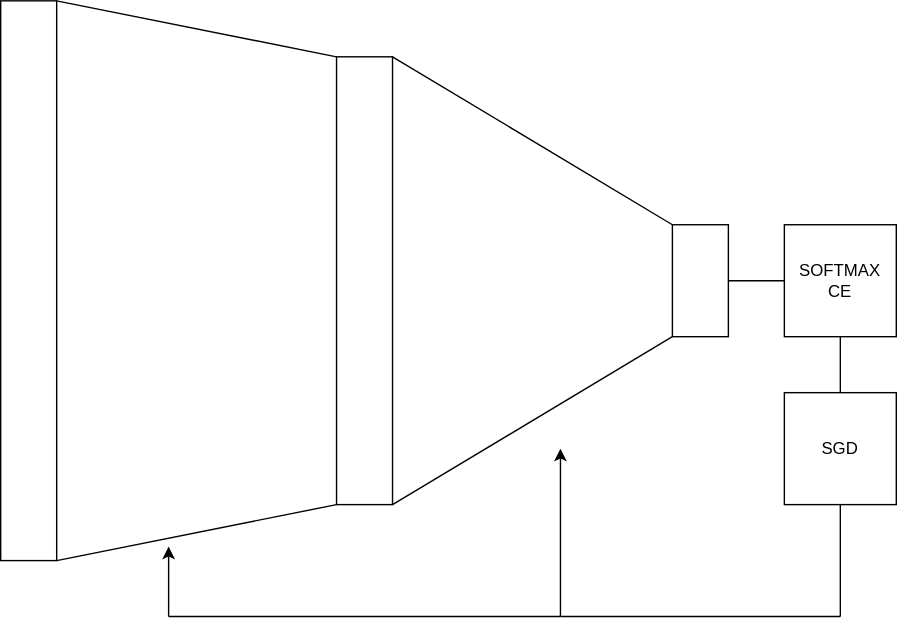
Above: lectures/optimization/batch-normalization/images/control-system-training.drawio.svg in pantelis/aiml-common (draw.io), before the change. Source tidied: cells renumbered, new cells last; positions are measured from the earlier drawing's top-left corner, leaving out a move shared by most shapes. Its diagram source:
```xml
<mxGraphModel>
  <root>
    <mxCell id="0" />
    <mxCell id="1" parent="0" />
    <mxCell id="2" style="rounded=0;jettySize=auto;html=1;exitX=1;exitY=0;exitDx=0;exitDy=0;entryX=0;entryY=0;entryDx=0;entryDy=0;strokeColor=none;endArrow=none;endFill=0;" parent="1" edge="1" source="3" target="4">
      <mxGeometry relative="1" as="geometry" />
    </mxCell>
    <mxCell id="3" style="rounded=0;whiteSpace=wrap;html=1;" parent="1" vertex="1">
      <mxGeometry width="40" height="400" as="geometry" />
    </mxCell>
    <mxCell id="4" style="rounded=0;whiteSpace=wrap;html=1;" parent="1" vertex="1">
      <mxGeometry x="240" y="40" width="40" height="320" as="geometry" />
    </mxCell>
    <mxCell id="5" style="edgeStyle=none;rounded=0;jettySize=auto;html=1;endArrow=none;endFill=0;" parent="1" edge="1" source="6" target="12">
      <mxGeometry relative="1" as="geometry" />
    </mxCell>
    <mxCell id="6" style="rounded=0;whiteSpace=wrap;html=1;" parent="1" vertex="1">
      <mxGeometry x="480" y="160" width="40" height="80" as="geometry" />
    </mxCell>
    <mxCell id="7" style="endArrow=none;html=1;exitX=1;exitY=0;exitDx=0;exitDy=0;" parent="1" edge="1" source="3">
      <mxGeometry relative="1" as="geometry">
        <mxPoint x="240" y="40" as="targetPoint" />
      </mxGeometry>
    </mxCell>
    <mxCell id="8" style="endArrow=none;html=1;exitX=1;exitY=1;exitDx=0;exitDy=0;entryX=0;entryY=1;entryDx=0;entryDy=0;" parent="1" edge="1" source="3" target="4">
      <mxGeometry relative="1" as="geometry" />
    </mxCell>
    <mxCell id="9" style="endArrow=none;html=1;exitX=1;exitY=0;exitDx=0;exitDy=0;entryX=0;entryY=0;entryDx=0;entryDy=0;" parent="1" edge="1" source="4" target="6">
      <mxGeometry relative="1" as="geometry" />
    </mxCell>
    <mxCell id="10" style="endArrow=none;html=1;exitX=1;exitY=1;exitDx=0;exitDy=0;entryX=0;entryY=1;entryDx=0;entryDy=0;" parent="1" edge="1" source="4" target="6">
      <mxGeometry relative="1" as="geometry" />
    </mxCell>
    <mxCell id="11" style="edgeStyle=none;rounded=0;jettySize=auto;html=1;endArrow=none;endFill=0;" parent="1" edge="1" source="12" target="13">
      <mxGeometry relative="1" as="geometry" />
    </mxCell>
    <mxCell id="12" value="SOFTMAX&lt;br&gt;CE" style="whiteSpace=wrap;html=1;" parent="1" vertex="1">
      <mxGeometry x="560" y="160" width="80" height="80" as="geometry" />
    </mxCell>
    <mxCell id="13" value="SGD" style="whiteSpace=wrap;html=1;" parent="1" vertex="1">
      <mxGeometry x="560" y="280" width="80" height="80" as="geometry" />
    </mxCell>
    <mxCell id="14" style="endArrow=none;html=1;entryX=0.5;entryY=1;entryDx=0;entryDy=0;" parent="1" edge="1" target="13">
      <mxGeometry relative="1" as="geometry">
        <mxPoint x="600" y="440" as="sourcePoint" />
      </mxGeometry>
    </mxCell>
    <mxCell id="15" style="endArrow=none;html=1;" parent="1" edge="1">
      <mxGeometry relative="1" as="geometry">
        <mxPoint x="400" y="440" as="sourcePoint" />
        <mxPoint x="600" y="440" as="targetPoint" />
      </mxGeometry>
    </mxCell>
    <mxCell id="16" style="endArrow=classic;html=1;" parent="1" edge="1">
      <mxGeometry relative="1" as="geometry">
        <mxPoint x="400" y="440" as="sourcePoint" />
        <mxPoint x="400" y="320" as="targetPoint" />
      </mxGeometry>
    </mxCell>
    <mxCell id="17" style="endArrow=none;html=1;" parent="1" edge="1">
      <mxGeometry relative="1" as="geometry">
        <mxPoint x="120" y="440" as="sourcePoint" />
        <mxPoint x="400" y="440" as="targetPoint" />
      </mxGeometry>
    </mxCell>
    <mxCell id="18" style="endArrow=classic;html=1;" parent="1" edge="1">
      <mxGeometry relative="1" as="geometry">
        <mxPoint x="120" y="440" as="sourcePoint" />
        <mxPoint x="120" y="390" as="targetPoint" />
      </mxGeometry>
    </mxCell>
  </root>
</mxGraphModel>
```
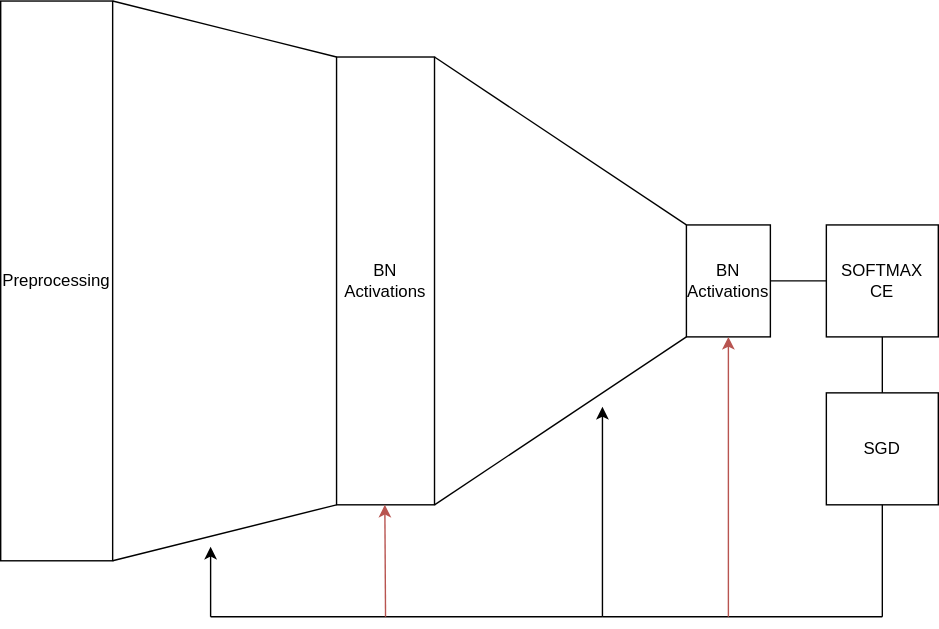
Above is the later version.

What changed in the source:
```diff
@@ -5,22 +5,20 @@
     <mxCell id="2" style="rounded=0;jettySize=auto;html=1;exitX=1;exitY=0;exitDx=0;exitDy=0;entryX=0;entryY=0;entryDx=0;entryDy=0;strokeColor=none;endArrow=none;endFill=0;" parent="1" edge="1" source="3" target="4">
       <mxGeometry relative="1" as="geometry" />
     </mxCell>
-    <mxCell id="3" style="rounded=0;whiteSpace=wrap;html=1;" parent="1" vertex="1">
-      <mxGeometry width="40" height="400" as="geometry" />
+    <mxCell id="3" value="Preprocessing&lt;br&gt;" style="rounded=0;whiteSpace=wrap;html=1;" parent="1" vertex="1">
+      <mxGeometry x="-30" width="80" height="400" as="geometry" />
     </mxCell>
-    <mxCell id="4" style="rounded=0;whiteSpace=wrap;html=1;" parent="1" vertex="1">
-      <mxGeometry x="240" y="40" width="40" height="320" as="geometry" />
+    <mxCell id="4" value="BN&lt;br&gt;Activations&lt;br&gt;" style="rounded=0;whiteSpace=wrap;html=1;" parent="1" vertex="1">
+      <mxGeometry x="210" y="40" width="70" height="320" as="geometry" />
     </mxCell>
     <mxCell id="5" style="edgeStyle=none;rounded=0;jettySize=auto;html=1;endArrow=none;endFill=0;" parent="1" edge="1" source="6" target="12">
       <mxGeometry relative="1" as="geometry" />
     </mxCell>
-    <mxCell id="6" style="rounded=0;whiteSpace=wrap;html=1;" parent="1" vertex="1">
-      <mxGeometry x="480" y="160" width="40" height="80" as="geometry" />
+    <mxCell id="6" value="BN&lt;br&gt;Activations" style="rounded=0;whiteSpace=wrap;html=1;" parent="1" vertex="1">
+      <mxGeometry x="460" y="160" width="60" height="80" as="geometry" />
     </mxCell>
-    <mxCell id="7" style="endArrow=none;html=1;exitX=1;exitY=0;exitDx=0;exitDy=0;" parent="1" edge="1" source="3">
-      <mxGeometry relative="1" as="geometry">
-        <mxPoint x="240" y="40" as="targetPoint" />
-      </mxGeometry>
+    <mxCell id="7" style="endArrow=none;html=1;exitX=1;exitY=0;exitDx=0;exitDy=0;entryX=0;entryY=0;entryDx=0;entryDy=0;" parent="1" edge="1" source="3" target="4">
+      <mxGeometry relative="1" as="geometry" />
     </mxCell>
     <mxCell id="8" style="endArrow=none;html=1;exitX=1;exitY=1;exitDx=0;exitDy=0;entryX=0;entryY=1;entryDx=0;entryDy=0;" parent="1" edge="1" source="3" target="4">
       <mxGeometry relative="1" as="geometry" />
@@ -54,7 +52,7 @@
     <mxCell id="16" style="endArrow=classic;html=1;" parent="1" edge="1">
       <mxGeometry relative="1" as="geometry">
         <mxPoint x="400" y="440" as="sourcePoint" />
-        <mxPoint x="400" y="320" as="targetPoint" />
+        <mxPoint x="400" y="290" as="targetPoint" />
       </mxGeometry>
     </mxCell>
     <mxCell id="17" style="endArrow=none;html=1;" parent="1" edge="1">
@@ -69,5 +67,17 @@
         <mxPoint x="120" y="390" as="targetPoint" />
       </mxGeometry>
     </mxCell>
+    <mxCell id="19" style="endArrow=classic;html=1;fillColor=#f8cecc;strokeColor=#b85450;" parent="1" edge="1">
+      <mxGeometry relative="1" as="geometry">
+        <mxPoint x="245" y="440" as="sourcePoint" />
+        <mxPoint x="244.5" y="360" as="targetPoint" />
+      </mxGeometry>
+    </mxCell>
+    <mxCell id="20" style="endArrow=classic;html=1;fillColor=#f8cecc;strokeColor=#b85450;" parent="1" edge="1">
+      <mxGeometry relative="1" as="geometry">
+        <mxPoint x="490" y="440" as="sourcePoint" />
+        <mxPoint x="490" y="240" as="targetPoint" />
+      </mxGeometry>
+    </mxCell>
   </root>
 </mxGraphModel>
```
